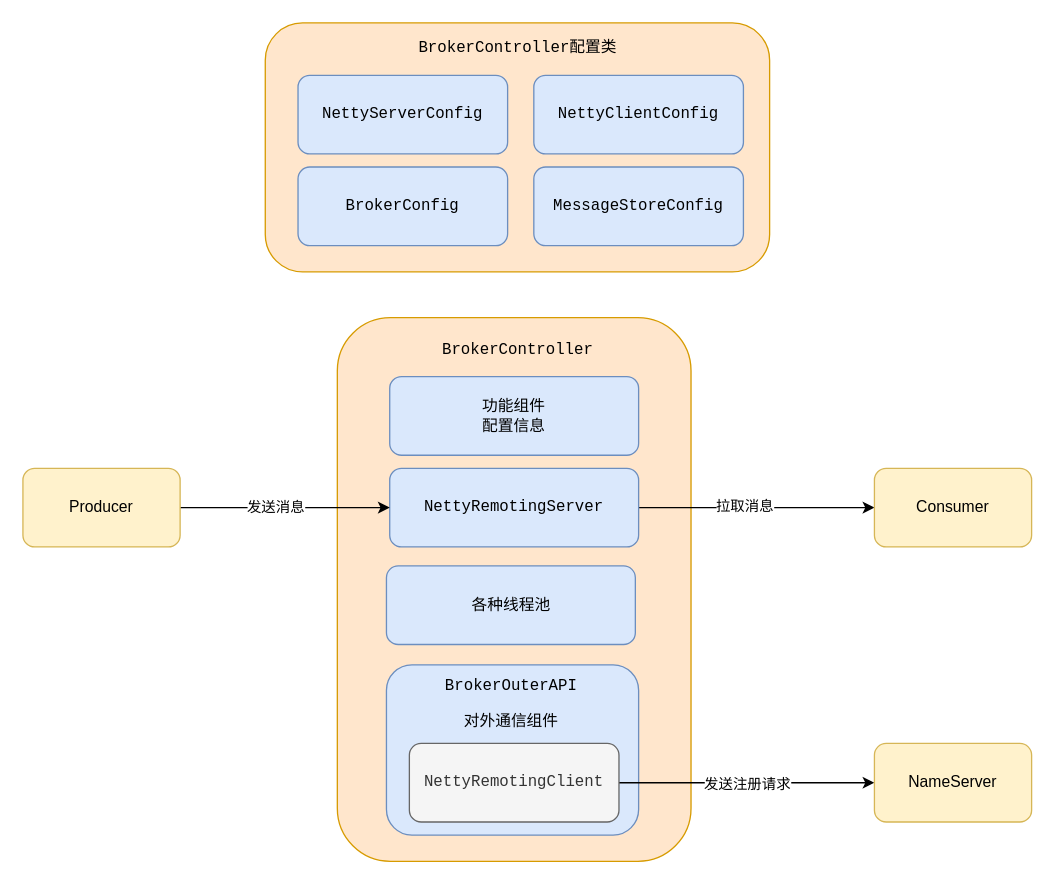
erlieStar/diagrams keeps this draw.io diagram as rocketmq/broker各种组件的作用.drawio. Above is the earlier version. Source tidied: cells renumbered, new cells numbered last; positions are measured from the earlier drawing's top-left corner, leaving out a move shared by most shapes. Both pictures are drawn from the tidied source at 131%, with x=0, y=0 at pixel (22, 22).
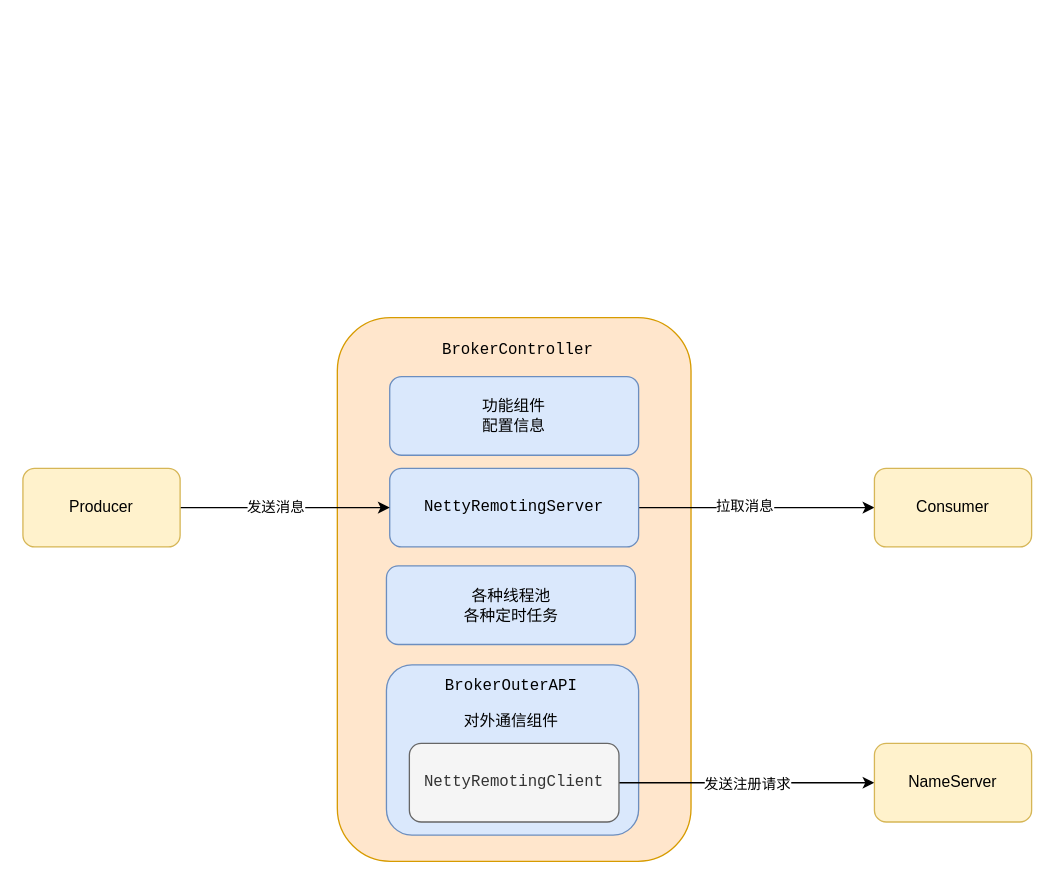
The same diagram, later.

Commit message:
Update broker各种组件的作用.drawio

What changed in the source:
```diff
@@
-    <mxCell id="2" style="rounded=1;whiteSpace=wrap;html=1;fillColor=#ffe6cc;strokeColor=#d79b00;" parent="1" vertex="1">
-      <mxGeometry x="185" width="385" height="190" as="geometry" />
-    </mxCell>
-    <mxCell id="3" value="&lt;pre&gt;BrokerController配置类&lt;/pre&gt;" style="text;html=1;strokeColor=none;fillColor=none;align=center;verticalAlign=middle;whiteSpace=wrap;rounded=0;" parent="1" vertex="1">
-      <mxGeometry x="357.5" y="10" width="40" height="20" as="geometry" />
-    </mxCell>
-    <mxCell id="4" value="&lt;pre&gt;NettyServerConfig&lt;/pre&gt;" style="rounded=1;whiteSpace=wrap;html=1;fillColor=#dae8fc;strokeColor=#6c8ebf;" parent="1" vertex="1">
-      <mxGeometry x="210" y="40" width="160" height="60" as="geometry" />
-    </mxCell>
-    <mxCell id="5" value="&lt;pre&gt;&lt;pre&gt;NettyClientConfig&lt;/pre&gt;&lt;/pre&gt;" style="rounded=1;whiteSpace=wrap;html=1;fillColor=#dae8fc;strokeColor=#6c8ebf;" parent="1" vertex="1">
-      <mxGeometry x="390" y="40" width="160" height="60" as="geometry" />
-    </mxCell>
-    <mxCell id="6" value="&lt;pre&gt;&lt;pre&gt;BrokerConfig&lt;/pre&gt;&lt;/pre&gt;" style="rounded=1;whiteSpace=wrap;html=1;fillColor=#dae8fc;strokeColor=#6c8ebf;" parent="1" vertex="1">
-      <mxGeometry x="210" y="110" width="160" height="60" as="geometry" />
-    </mxCell>
-    <mxCell id="7" value="&lt;pre&gt;&lt;pre&gt;&lt;pre&gt;MessageStoreConfig&lt;/pre&gt;&lt;/pre&gt;&lt;/pre&gt;" style="rounded=1;whiteSpace=wrap;html=1;fillColor=#dae8fc;strokeColor=#6c8ebf;" parent="1" vertex="1">
-      <mxGeometry x="390" y="110" width="160" height="60" as="geometry" />
-    </mxCell>
@@
-    <mxCell id="18" value="各种线程池" style="rounded=1;whiteSpace=wrap;html=1;fillColor=#dae8fc;strokeColor=#6c8ebf;" parent="1" vertex="1">
+    <mxCell id="18" value="各种线程池&lt;br&gt;各种定时任务" style="rounded=1;whiteSpace=wrap;html=1;fillColor=#dae8fc;strokeColor=#6c8ebf;" parent="1" vertex="1">
       <mxGeometry x="277.5" y="414.5" width="190" height="60" as="geometry" />
     </mxCell>
```
